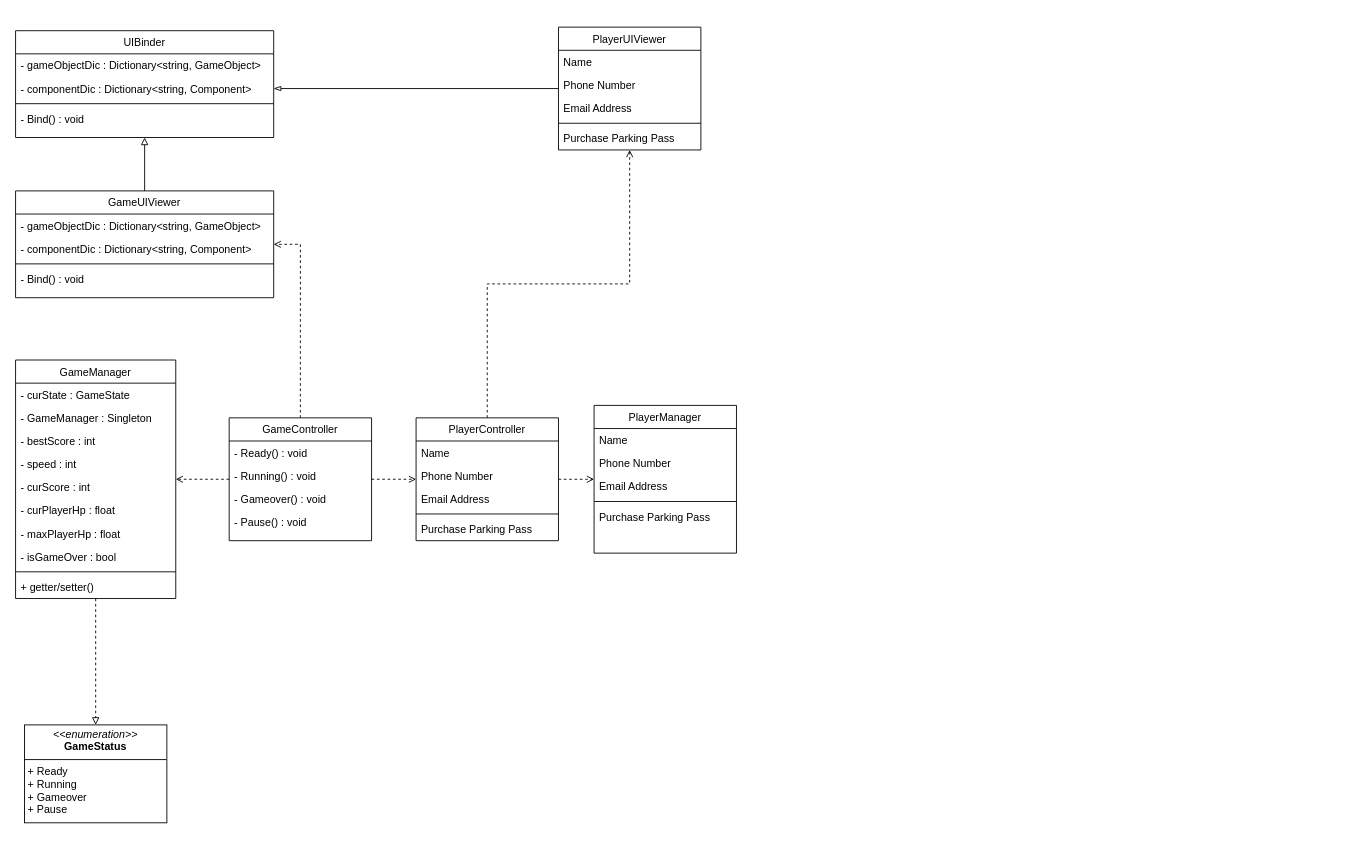
Before: Running Forever.drawio in JIEUN-YI/Day50_Unity_Mini_Project, a draw.io diagram. Source tidied: cells renumbered, new cells numbered last; positions are measured from the earlier drawing's top-left corner, leaving out a move shared by most shapes. Both pictures are drawn from the tidied source at 89%, with x=0, y=0 at pixel (15, 27).
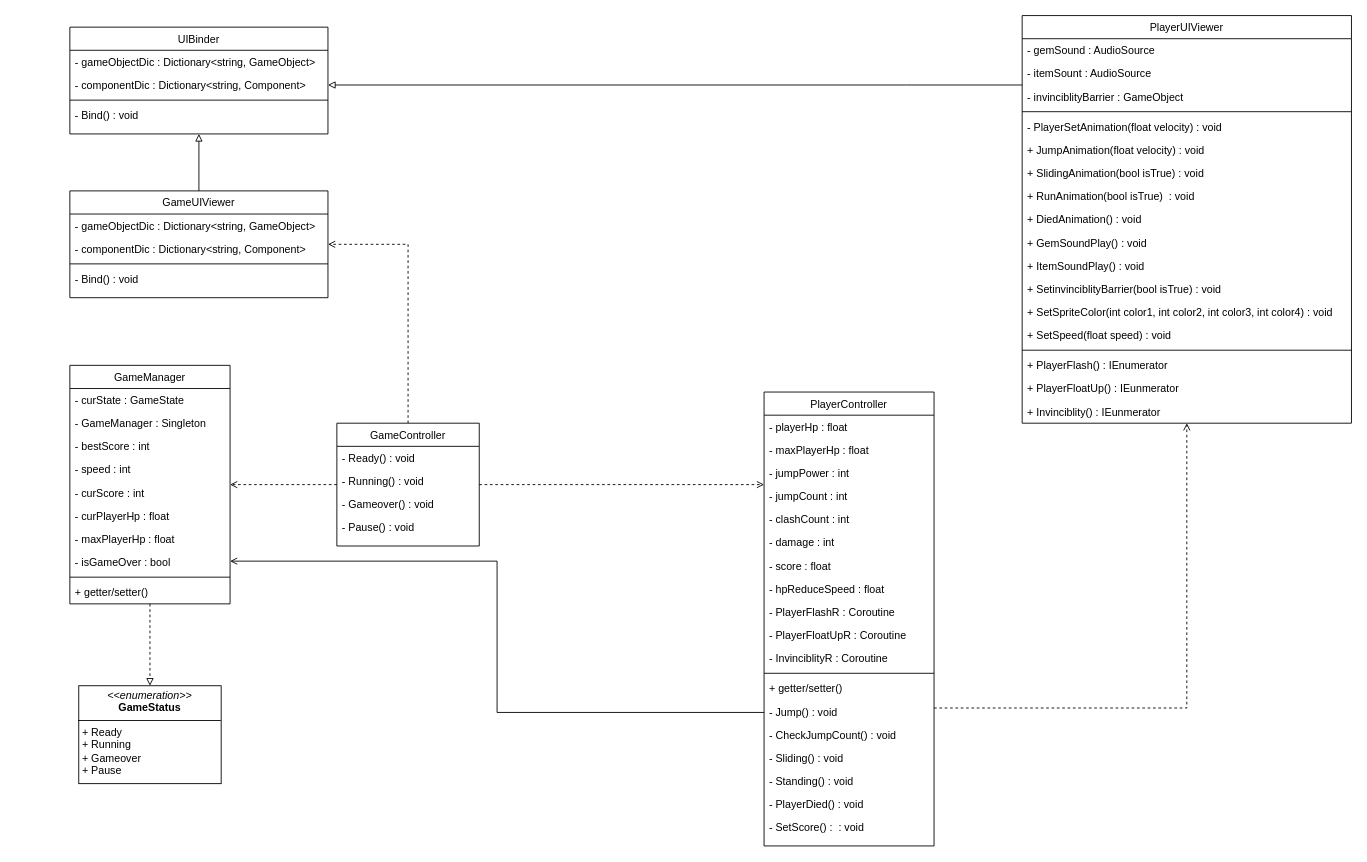
Above is the later version.

The change refers to these unchanged cells:
```xml
<mxCell id="16" value="- componentDic : Dictionary&lt;string, Component&gt; " style="text;align=left;verticalAlign=top;spacingLeft=4;spacingRight=4;overflow=hidden;points=[[0,0.5],[1,0.5]];portConstraint=eastwest;" parent="14" vertex="1">
  <mxGeometry y="52" width="290" height="26" as="geometry" />
</mxCell>
```

What changed in the source:
```diff
@@
     <mxCell id="3" value="GameManager" style="swimlane;fontStyle=0;align=center;verticalAlign=top;horizontal=1;startSize=26;rounded=0;shadow=0;strokeWidth=1;" parent="1" vertex="1">
-      <mxGeometry y="374" width="180" height="268" as="geometry" />
+      <mxGeometry x="61" y="380" width="180" height="268" as="geometry" />
     </mxCell>
@@
     <mxCell id="14" value="UIBinder" style="swimlane;fontStyle=0;align=center;verticalAlign=top;horizontal=1;startSize=26;rounded=0;shadow=0;strokeWidth=1;" parent="1" vertex="1">
-      <mxGeometry y="4" width="290" height="120" as="geometry" />
+      <mxGeometry x="61" width="290" height="120" as="geometry" />
     </mxCell>
@@
     <mxCell id="20" value="GameUIViewer" style="swimlane;fontStyle=0;align=center;verticalAlign=top;horizontal=1;startSize=26;rounded=0;shadow=0;strokeWidth=1;" parent="1" vertex="1">
-      <mxGeometry y="184" width="290" height="120" as="geometry" />
+      <mxGeometry x="61" y="184" width="290" height="120" as="geometry" />
     </mxCell>
@@
     <mxCell id="25" style="edgeStyle=orthogonalEdgeStyle;rounded=0;jettySize=auto;html=1;dashed=1;endArrow=open;endFill=0;exitX=0.5;exitY=0;exitDx=0;exitDy=0;" parent="1" edge="1" source="27" target="20">
       <mxGeometry relative="1" as="geometry">
         <Array as="points">
-          <mxPoint x="320" y="244" />
+          <mxPoint x="441" y="244" />
         </Array>
       </mxGeometry>
     </mxCell>
@@
     <mxCell id="27" value="GameController" style="swimlane;fontStyle=0;align=center;verticalAlign=top;horizontal=1;startSize=26;rounded=0;shadow=0;strokeWidth=1;" parent="1" vertex="1">
-      <mxGeometry x="240" y="439" width="160" height="138" as="geometry" />
+      <mxGeometry x="361" y="445" width="160" height="138" as="geometry" />
     </mxCell>
@@
-    <mxCell id="32" value="PlayerManager" style="swimlane;fontStyle=0;align=center;verticalAlign=top;horizontal=1;startSize=26;rounded=0;shadow=0;strokeWidth=1;" parent="1" vertex="1">
-      <mxGeometry x="650" y="425" width="160" height="166" as="geometry" />
-    </mxCell>
-    <mxCell id="33" value="Name" style="text;align=left;verticalAlign=top;spacingLeft=4;spacingRight=4;overflow=hidden;" parent="32" vertex="1">
-      <mxGeometry y="26" width="160" height="26" as="geometry" />
-    </mxCell>
-    <mxCell id="34" value="Phone Number" style="text;align=left;verticalAlign=top;spacingLeft=4;spacingRight=4;overflow=hidden;rounded=0;shadow=0;html=0;" parent="32" vertex="1">
-      <mxGeometry y="52" width="160" height="26" as="geometry" />
-    </mxCell>
-    <mxCell id="35" value="Email Address" style="text;align=left;verticalAlign=top;spacingLeft=4;spacingRight=4;overflow=hidden;rounded=0;shadow=0;html=0;" parent="32" vertex="1">
-      <mxGeometry y="78" width="160" height="26" as="geometry" />
-    </mxCell>
-    <mxCell id="36" style="line;html=1;strokeWidth=1;align=left;verticalAlign=middle;spacingTop=-1;spacingLeft=3;spacingRight=3;labelPosition=right;" parent="32" vertex="1">
-      <mxGeometry y="104" width="160" height="8" as="geometry" />
-    </mxCell>
-    <mxCell id="37" value="Purchase Parking Pass" style="text;align=left;verticalAlign=top;spacingLeft=4;spacingRight=4;overflow=hidden;" parent="32" vertex="1">
-      <mxGeometry y="112" width="160" height="26" as="geometry" />
-    </mxCell>
     <mxCell id="38" style="edgeStyle=orthogonalEdgeStyle;rounded=0;jettySize=auto;html=1;dashed=1;endArrow=open;endFill=0;" parent="1" edge="1" source="40" target="47">
-      <mxGeometry relative="1" as="geometry" />
+      <mxGeometry relative="1" as="geometry">
+        <Array as="points">
+          <mxPoint x="1316" y="765" />
+        </Array>
+      </mxGeometry>
     </mxCell>
-    <mxCell id="39" style="edgeStyle=orthogonalEdgeStyle;rounded=0;jettySize=auto;html=1;endArrow=open;endFill=0;dashed=1;" parent="1" edge="1" source="40" target="32">
-      <mxGeometry relative="1" as="geometry" />
-    </mxCell>
+    <mxCell id="55" style="edgeStyle=orthogonalEdgeStyle;rounded=0;jettySize=auto;html=1;endArrow=open;endFill=0;" parent="1" edge="1" source="40">
+      <mxGeometry relative="1" as="geometry">
+        <mxPoint x="241" y="600" as="targetPoint" />
+        <Array as="points">
+          <mxPoint x="541" y="770" />
+          <mxPoint x="541" y="600" />
+        </Array>
+      </mxGeometry>
+    </mxCell>
     <mxCell id="40" value="PlayerController" style="swimlane;fontStyle=0;align=center;verticalAlign=top;horizontal=1;startSize=26;rounded=0;shadow=0;strokeWidth=1;" parent="1" vertex="1">
-      <mxGeometry x="450" y="439" width="160" height="138" as="geometry" />
+      <mxGeometry x="841" y="410" width="191" height="510" as="geometry" />
     </mxCell>
-    <mxCell id="41" value="Name" style="text;align=left;verticalAlign=top;spacingLeft=4;spacingRight=4;overflow=hidden;" parent="40" vertex="1">
-      <mxGeometry y="26" width="160" height="26" as="geometry" />
+    <mxCell id="41" value="- playerHp : float" style="text;align=left;verticalAlign=top;spacingLeft=4;spacingRight=4;overflow=hidden;" parent="40" vertex="1">
+      <mxGeometry y="26" width="191" height="26" as="geometry" />
     </mxCell>
-    <mxCell id="42" value="Phone Number" style="text;align=left;verticalAlign=top;spacingLeft=4;spacingRight=4;overflow=hidden;rounded=0;shadow=0;html=0;" parent="40" vertex="1">
-      <mxGeometry y="52" width="160" height="26" as="geometry" />
+    <mxCell id="42" value="- maxPlayerHp : float" style="text;align=left;verticalAlign=top;spacingLeft=4;spacingRight=4;overflow=hidden;rounded=0;shadow=0;html=0;" parent="40" vertex="1">
+      <mxGeometry y="52" width="191" height="26" as="geometry" />
     </mxCell>
-    <mxCell id="43" value="Email Address" style="text;align=left;verticalAlign=top;spacingLeft=4;spacingRight=4;overflow=hidden;rounded=0;shadow=0;html=0;" parent="40" vertex="1">
-      <mxGeometry y="78" width="160" height="26" as="geometry" />
+    <mxCell id="43" value="- jumpPower : int" style="text;align=left;verticalAlign=top;spacingLeft=4;spacingRight=4;overflow=hidden;rounded=0;shadow=0;html=0;" parent="40" vertex="1">
+      <mxGeometry y="78" width="191" height="26" as="geometry" />
     </mxCell>
+    <mxCell id="56" value="- jumpCount : int" style="text;align=left;verticalAlign=top;spacingLeft=4;spacingRight=4;overflow=hidden;rounded=0;shadow=0;html=0;" parent="40" vertex="1">
+      <mxGeometry y="104" width="191" height="26" as="geometry" />
+    </mxCell>
+    <mxCell id="57" value="- clashCount : int" style="text;align=left;verticalAlign=top;spacingLeft=4;spacingRight=4;overflow=hidden;rounded=0;shadow=0;html=0;" parent="40" vertex="1">
+      <mxGeometry y="130" width="191" height="26" as="geometry" />
+    </mxCell>
+    <mxCell id="58" value="- damage : int" style="text;align=left;verticalAlign=top;spacingLeft=4;spacingRight=4;overflow=hidden;rounded=0;shadow=0;html=0;" parent="40" vertex="1">
+      <mxGeometry y="156" width="191" height="26" as="geometry" />
+    </mxCell>
+    <mxCell id="59" value="- score : float" style="text;align=left;verticalAlign=top;spacingLeft=4;spacingRight=4;overflow=hidden;rounded=0;shadow=0;html=0;" parent="40" vertex="1">
+      <mxGeometry y="182" width="191" height="26" as="geometry" />
+    </mxCell>
+    <mxCell id="60" value="- hpReduceSpeed : float" style="text;align=left;verticalAlign=top;spacingLeft=4;spacingRight=4;overflow=hidden;rounded=0;shadow=0;html=0;" parent="40" vertex="1">
+      <mxGeometry y="208" width="191" height="26" as="geometry" />
+    </mxCell>
+    <mxCell id="61" value="- PlayerFlashR : Coroutine" style="text;align=left;verticalAlign=top;spacingLeft=4;spacingRight=4;overflow=hidden;rounded=0;shadow=0;html=0;" parent="40" vertex="1">
+      <mxGeometry y="234" width="191" height="26" as="geometry" />
+    </mxCell>
+    <mxCell id="62" value="- PlayerFloatUpR : Coroutine" style="text;align=left;verticalAlign=top;spacingLeft=4;spacingRight=4;overflow=hidden;rounded=0;shadow=0;html=0;" parent="40" vertex="1">
+      <mxGeometry y="260" width="191" height="26" as="geometry" />
+    </mxCell>
+    <mxCell id="63" value="- InvinciblityR : Coroutine" style="text;align=left;verticalAlign=top;spacingLeft=4;spacingRight=4;overflow=hidden;rounded=0;shadow=0;html=0;" parent="40" vertex="1">
+      <mxGeometry y="286" width="191" height="26" as="geometry" />
+    </mxCell>
     <mxCell id="44" style="line;html=1;strokeWidth=1;align=left;verticalAlign=middle;spacingTop=-1;spacingLeft=3;spacingRight=3;labelPosition=right;" parent="40" vertex="1">
-      <mxGeometry y="104" width="160" height="8" as="geometry" />
+      <mxGeometry y="312" width="191" height="8" as="geometry" />
     </mxCell>
-    <mxCell id="45" value="Purchase Parking Pass" style="text;align=left;verticalAlign=top;spacingLeft=4;spacingRight=4;overflow=hidden;" parent="40" vertex="1">
-      <mxGeometry y="112" width="160" height="26" as="geometry" />
+    <mxCell id="45" value="+ getter/setter()" style="text;align=left;verticalAlign=top;spacingLeft=4;spacingRight=4;overflow=hidden;" parent="40" vertex="1">
+      <mxGeometry y="320" width="191" height="26" as="geometry" />
     </mxCell>
+    <mxCell id="64" value="- Jump() : void" style="text;align=left;verticalAlign=top;spacingLeft=4;spacingRight=4;overflow=hidden;" parent="40" vertex="1">
+      <mxGeometry y="346" width="191" height="26" as="geometry" />
+    </mxCell>
+    <mxCell id="65" value="- CheckJumpCount() : void" style="text;align=left;verticalAlign=top;spacingLeft=4;spacingRight=4;overflow=hidden;" parent="40" vertex="1">
+      <mxGeometry y="372" width="191" height="26" as="geometry" />
+    </mxCell>
+    <mxCell id="66" value="- Sliding() : void" style="text;align=left;verticalAlign=top;spacingLeft=4;spacingRight=4;overflow=hidden;" parent="40" vertex="1">
+      <mxGeometry y="398" width="191" height="26" as="geometry" />
+    </mxCell>
+    <mxCell id="67" value="- Standing() : void" style="text;align=left;verticalAlign=top;spacingLeft=4;spacingRight=4;overflow=hidden;" parent="40" vertex="1">
+      <mxGeometry y="424" width="191" height="26" as="geometry" />
+    </mxCell>
+    <mxCell id="68" value="- PlayerDied() : void" style="text;align=left;verticalAlign=top;spacingLeft=4;spacingRight=4;overflow=hidden;" parent="40" vertex="1">
+      <mxGeometry y="450" width="191" height="26" as="geometry" />
+    </mxCell>
+    <mxCell id="69" value="- SetScore() :  : void" style="text;align=left;verticalAlign=top;spacingLeft=4;spacingRight=4;overflow=hidden;" parent="40" vertex="1">
+      <mxGeometry y="476" width="191" height="26" as="geometry" />
+    </mxCell>
-    <mxCell id="46" style="edgeStyle=orthogonalEdgeStyle;rounded=0;jettySize=auto;html=1;entryX=1;entryY=0.5;entryDx=0;entryDy=0;endArrow=blockThin;endFill=0;" parent="1" edge="1" source="47" target="16">
-      <mxGeometry relative="1" as="geometry" />
+    <mxCell id="46" style="edgeStyle=orthogonalEdgeStyle;rounded=0;jettySize=auto;html=1;entryX=1;entryY=0.5;entryDx=0;entryDy=0;endArrow=block;endFill=0;" parent="1" edge="1" source="47" target="16">
+      <mxGeometry relative="1" as="geometry">
+        <Array as="points">
+          <mxPoint x="1001" y="65" />
+          <mxPoint x="1001" y="65" />
+        </Array>
+      </mxGeometry>
     </mxCell>
     <mxCell id="47" value="PlayerUIViewer" style="swimlane;fontStyle=0;align=center;verticalAlign=top;horizontal=1;startSize=26;rounded=0;shadow=0;strokeWidth=1;" parent="1" vertex="1">
-      <mxGeometry x="610" width="160" height="138" as="geometry" />
+      <mxGeometry x="1131" y="-13" width="370" height="458" as="geometry" />
     </mxCell>
-    <mxCell id="48" value="Name" style="text;align=left;verticalAlign=top;spacingLeft=4;spacingRight=4;overflow=hidden;" parent="47" vertex="1">
-      <mxGeometry y="26" width="160" height="26" as="geometry" />
+    <mxCell id="48" value="- gemSound : AudioSource" style="text;align=left;verticalAlign=top;spacingLeft=4;spacingRight=4;overflow=hidden;" parent="47" vertex="1">
+      <mxGeometry y="26" width="370" height="26" as="geometry" />
     </mxCell>
-    <mxCell id="49" value="Phone Number" style="text;align=left;verticalAlign=top;spacingLeft=4;spacingRight=4;overflow=hidden;rounded=0;shadow=0;html=0;" parent="47" vertex="1">
-      <mxGeometry y="52" width="160" height="26" as="geometry" />
+    <mxCell id="49" value="- itemSount : AudioSource" style="text;align=left;verticalAlign=top;spacingLeft=4;spacingRight=4;overflow=hidden;rounded=0;shadow=0;html=0;" parent="47" vertex="1">
+      <mxGeometry y="52" width="370" height="26" as="geometry" />
     </mxCell>
-    <mxCell id="50" value="Email Address" style="text;align=left;verticalAlign=top;spacingLeft=4;spacingRight=4;overflow=hidden;rounded=0;shadow=0;html=0;" parent="47" vertex="1">
-      <mxGeometry y="78" width="160" height="26" as="geometry" />
+    <mxCell id="50" value="- invinciblityBarrier : GameObject" style="text;align=left;verticalAlign=top;spacingLeft=4;spacingRight=4;overflow=hidden;rounded=0;shadow=0;html=0;" parent="47" vertex="1">
+      <mxGeometry y="78" width="370" height="26" as="geometry" />
     </mxCell>
     <mxCell id="51" style="line;html=1;strokeWidth=1;align=left;verticalAlign=middle;spacingTop=-1;spacingLeft=3;spacingRight=3;labelPosition=right;" parent="47" vertex="1">
-      <mxGeometry y="104" width="160" height="8" as="geometry" />
+      <mxGeometry y="104" width="370" height="8" as="geometry" />
     </mxCell>
-    <mxCell id="52" value="Purchase Parking Pass" style="text;align=left;verticalAlign=top;spacingLeft=4;spacingRight=4;overflow=hidden;" parent="47" vertex="1">
-      <mxGeometry y="112" width="160" height="26" as="geometry" />
+    <mxCell id="52" value="- PlayerSetAnimation(float velocity) : void" style="text;align=left;verticalAlign=top;spacingLeft=4;spacingRight=4;overflow=hidden;" parent="47" vertex="1">
+      <mxGeometry y="112" width="370" height="26" as="geometry" />
     </mxCell>
+    <mxCell id="70" value="+ JumpAnimation(float velocity) : void" style="text;align=left;verticalAlign=top;spacingLeft=4;spacingRight=4;overflow=hidden;" parent="47" vertex="1">
+      <mxGeometry y="138" width="370" height="26" as="geometry" />
+    </mxCell>
+    <mxCell id="71" value="+ SlidingAnimation(bool isTrue) : void" style="text;align=left;verticalAlign=top;spacingLeft=4;spacingRight=4;overflow=hidden;" parent="47" vertex="1">
+      <mxGeometry y="164" width="370" height="26" as="geometry" />
+    </mxCell>
+    <mxCell id="72" value="+ RunAnimation(bool isTrue)  : void" style="text;align=left;verticalAlign=top;spacingLeft=4;spacingRight=4;overflow=hidden;" parent="47" vertex="1">
+      <mxGeometry y="190" width="370" height="26" as="geometry" />
+    </mxCell>
+    <mxCell id="73" value="+ DiedAnimation() : void" style="text;align=left;verticalAlign=top;spacingLeft=4;spacingRight=4;overflow=hidden;fontStyle=0;" parent="47" vertex="1">
+      <mxGeometry y="216" width="370" height="26" as="geometry" />
+    </mxCell>
+    <mxCell id="74" value="+ GemSoundPlay() : void" style="text;align=left;verticalAlign=top;spacingLeft=4;spacingRight=4;overflow=hidden;" parent="47" vertex="1">
+      <mxGeometry y="242" width="370" height="26" as="geometry" />
+    </mxCell>
+    <mxCell id="75" value="+ ItemSoundPlay() : void" style="text;align=left;verticalAlign=top;spacingLeft=4;spacingRight=4;overflow=hidden;" parent="47" vertex="1">
+      <mxGeometry y="268" width="370" height="26" as="geometry" />
+    </mxCell>
+    <mxCell id="76" value="+ SetinvinciblityBarrier(bool isTrue) : void" style="text;align=left;verticalAlign=top;spacingLeft=4;spacingRight=4;overflow=hidden;" parent="47" vertex="1">
+      <mxGeometry y="294" width="370" height="26" as="geometry" />
+    </mxCell>
+    <mxCell id="77" value="+ SetSpriteColor(int color1, int color2, int color3, int color4) : void" style="text;align=left;verticalAlign=top;spacingLeft=4;spacingRight=4;overflow=hidden;" parent="47" vertex="1">
+      <mxGeometry y="320" width="370" height="26" as="geometry" />
+    </mxCell>
+    <mxCell id="78" value="+ SetSpeed(float speed) : void" style="text;align=left;verticalAlign=top;spacingLeft=4;spacingRight=4;overflow=hidden;fontStyle=0;" parent="47" vertex="1">
+      <mxGeometry y="346" width="370" height="26" as="geometry" />
+    </mxCell>
+    <mxCell id="79" style="line;html=1;strokeWidth=1;align=left;verticalAlign=middle;spacingTop=-1;spacingLeft=3;spacingRight=3;labelPosition=right;" parent="47" vertex="1">
+      <mxGeometry y="372" width="370" height="8" as="geometry" />
+    </mxCell>
+    <mxCell id="80" value="+ PlayerFlash() : IEnumerator" style="text;align=left;verticalAlign=top;spacingLeft=4;spacingRight=4;overflow=hidden;fontStyle=0;" parent="47" vertex="1">
+      <mxGeometry y="380" width="370" height="26" as="geometry" />
+    </mxCell>
+    <mxCell id="81" value="+ PlayerFloatUp() : IEunmerator" style="text;align=left;verticalAlign=top;spacingLeft=4;spacingRight=4;overflow=hidden;fontStyle=0;" parent="47" vertex="1">
+      <mxGeometry y="406" width="370" height="26" as="geometry" />
+    </mxCell>
+    <mxCell id="82" value="+ Invinciblity() : IEunmerator" style="text;align=left;verticalAlign=top;spacingLeft=4;spacingRight=4;overflow=hidden;fontStyle=0;" parent="47" vertex="1">
+      <mxGeometry y="432" width="370" height="26" as="geometry" />
+    </mxCell>
     <mxCell id="53" value="&lt;p style=&quot;margin:0px;margin-top:4px;text-align:center;&quot;&gt;&lt;i&gt;&amp;lt;&amp;lt;enumeration&amp;gt;&amp;gt;&lt;/i&gt;&lt;br&gt;&lt;b&gt;GameStatus&lt;/b&gt;&lt;/p&gt;&lt;hr size=&quot;1&quot; style=&quot;border-style:solid;&quot;&gt;&lt;p style=&quot;margin:0px;margin-left:4px;&quot;&gt;+ Ready&lt;/p&gt;&lt;p style=&quot;margin:0px;margin-left:4px;&quot;&gt;+ Running&lt;/p&gt;&lt;p style=&quot;margin:0px;margin-left:4px;&quot;&gt;+ Gameover&lt;/p&gt;&lt;p style=&quot;margin:0px;margin-left:4px;&quot;&gt;+ Pause&lt;/p&gt;" style="verticalAlign=top;align=left;overflow=fill;html=1;whiteSpace=wrap;" parent="1" vertex="1">
-      <mxGeometry x="10" y="784" width="160" height="110" as="geometry" />
+      <mxGeometry x="71" y="740" width="160" height="110" as="geometry" />
     </mxCell>
     <mxCell id="54" style="edgeStyle=orthogonalEdgeStyle;rounded=0;jettySize=auto;html=1;endArrow=open;endFill=0;dashed=1;" parent="1" edge="1" source="27" target="40">
-      <mxGeometry relative="1" as="geometry" />
+      <mxGeometry relative="1" as="geometry">
+        <Array as="points">
+          <mxPoint x="771" y="514" />
+          <mxPoint x="771" y="514" />
+        </Array>
+      </mxGeometry>
     </mxCell>
```
